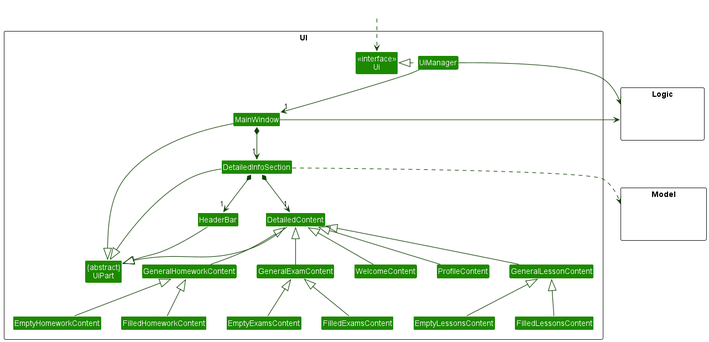
This is docs/images/UiDetailedInfoSectionDiagram.png from nus-cs2103-AY2223S2/tp, a PlantUML export, as it was before one commit.
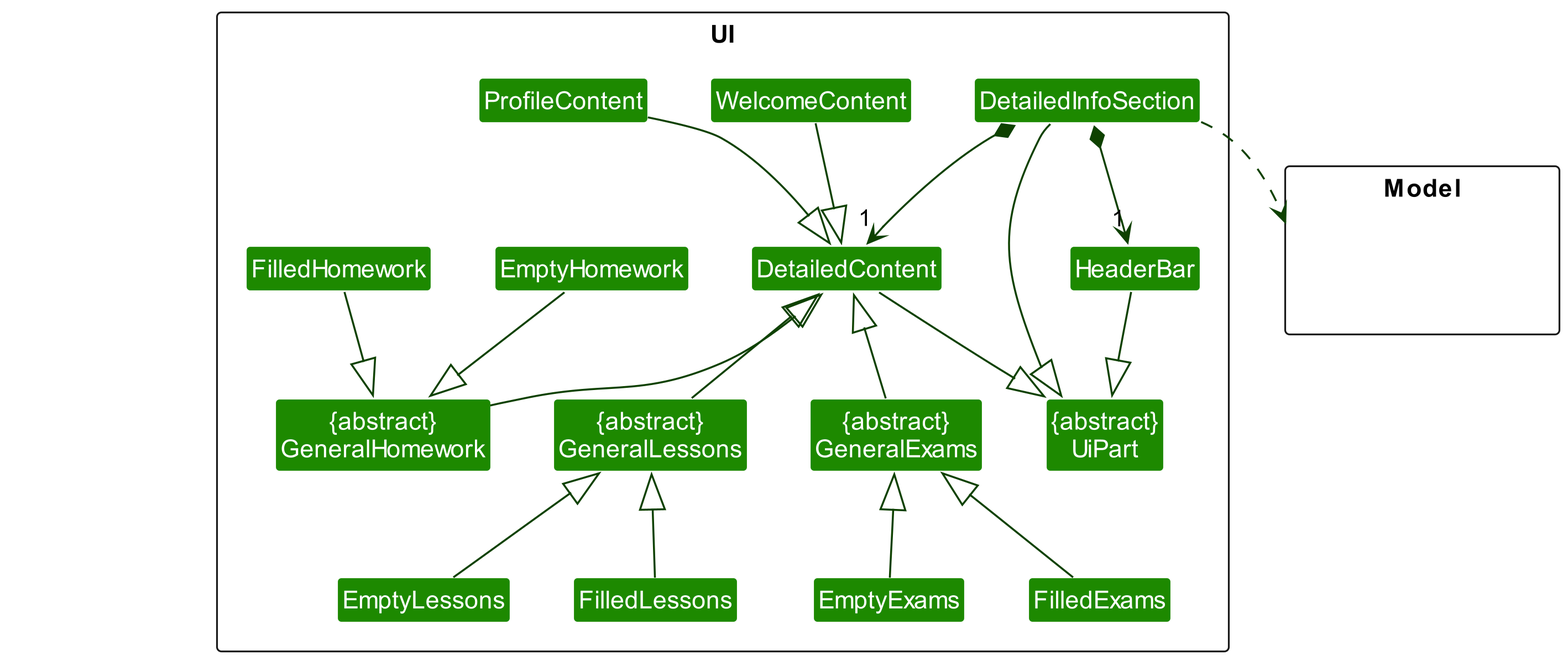
Later version of the same file.

The edit, as a diff of the source:
```diff
@@ -5,10 +5,8 @@
 skinparam classBackgroundColor UI_COLOR
 
 package UI <<Rectangle>>{
-Class "<<interface>>\nUi" as Ui
+
 Class "{abstract}\nUiPart" as UiPart
-Class UiManager
-Class MainWindow
 
 Class DetailedInfoSection
 Class DetailedContent
@@ -16,55 +14,42 @@
 
 Class WelcomeContent
 Class ProfileContent
-Class GeneralHomeworkContent
-Class GeneralLessonContent
-Class GeneralExamContent
+Class "{abstract}\nGeneralHomework" as GeneralHomework
+Class "{abstract}\nGeneralLessons" as GeneralLessons
+Class "{abstract}\nGeneralExams" as GeneralExams
 
-Class EmptyHomeworkContent
-Class EmptyLessonsContent
-Class EmptyExamsContent
-Class FilledHomeworkContent
-Class FilledLessonsContent
-Class FilledExamsContent
+Class EmptyHomework
+Class EmptyLessons
+Class EmptyExams
+Class FilledHomework
+Class FilledLessons
+Class FilledExams
 }
 
 package Model <<Rectangle>> {
 Class HiddenModel #FFFFFF
 }
 
-package Logic <<Rectangle>> {
-Class HiddenLogic #FFFFFF
-}
+Class HiddenOutside #FFFFFF
 
-Class HiddenOutside #FFFFFF
-HiddenOutside ..> Ui
-
-
-UiManager .left.|> Ui
-UiManager -down-> "1" MainWindow
 DetailedInfoSection *-down-> "1" HeaderBar
 DetailedInfoSection *-down-> "1" DetailedContent
-MainWindow *-down-> "1" DetailedInfoSection
 
-MainWindow -left-|> UiPart
 DetailedInfoSection --|> UiPart
 HeaderBar --|> UiPart
 DetailedContent --|> UiPart
 
 DetailedInfoSection ..> Model
-UiManager -right-> Logic
-MainWindow -left-> Logic
-WelcomeContent -up-|> DetailedContent
-ProfileContent -up-|> DetailedContent
-GeneralHomeworkContent -up-|> DetailedContent
-GeneralLessonContent -up-|> DetailedContent
-GeneralExamContent -up-|> DetailedContent
-EmptyExamsContent -up-|> GeneralExamContent
-EmptyHomeworkContent -up-|> GeneralHomeworkContent
-EmptyLessonsContent -up-|> GeneralLessonContent
-FilledExamsContent -up-|> GeneralExamContent
-FilledHomeworkContent -up-|> GeneralHomeworkContent
-FilledLessonsContent -up-|> GeneralLessonContent
+WelcomeContent -down-|> DetailedContent
+ProfileContent -down-|> DetailedContent
+GeneralHomework -up-|> DetailedContent
+GeneralLessons -up-|> DetailedContent
+GeneralExams -up-|> DetailedContent
+EmptyExams -up-|> GeneralExams
+EmptyHomework -down-|> GeneralHomework
+EmptyLessons -up-|> GeneralLessons
+FilledExams -up-|> GeneralExams
+FilledHomework -down-|> GeneralHomework
+FilledLessons -up-|> GeneralLessons
 
-MainWindow -[hidden]-|> UiPart
 @enduml
```
